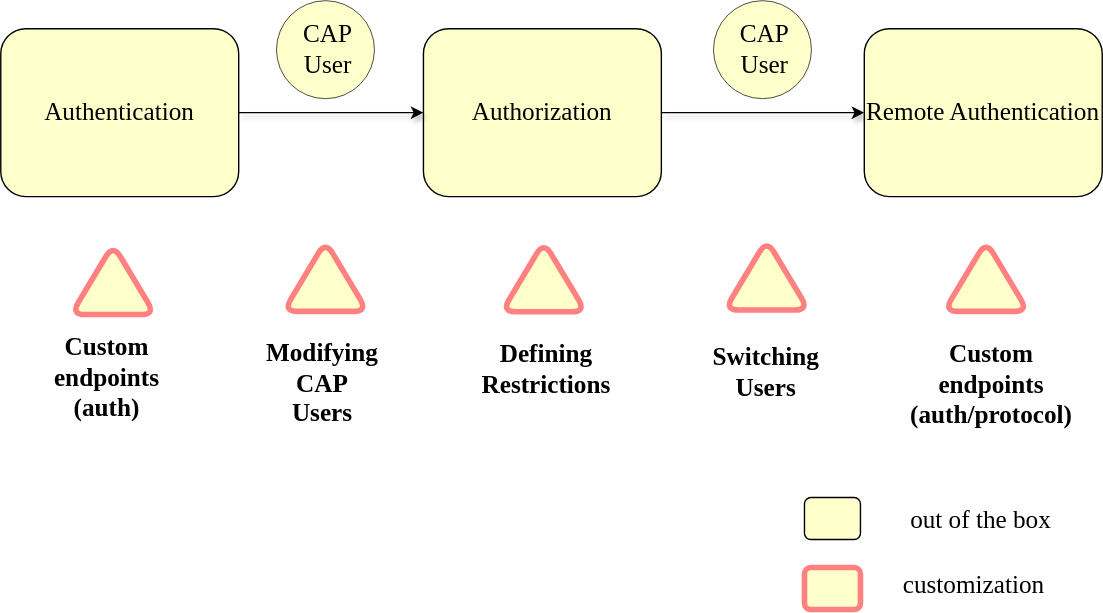
The draw.io diagram guides/security/assets/security-customizable.drawio.svg in capire/docs, before a commit. Source tidied: cells renumbered, new cells last; positions are measured from the earlier drawing's top-left corner, leaving out a move shared by most shapes.
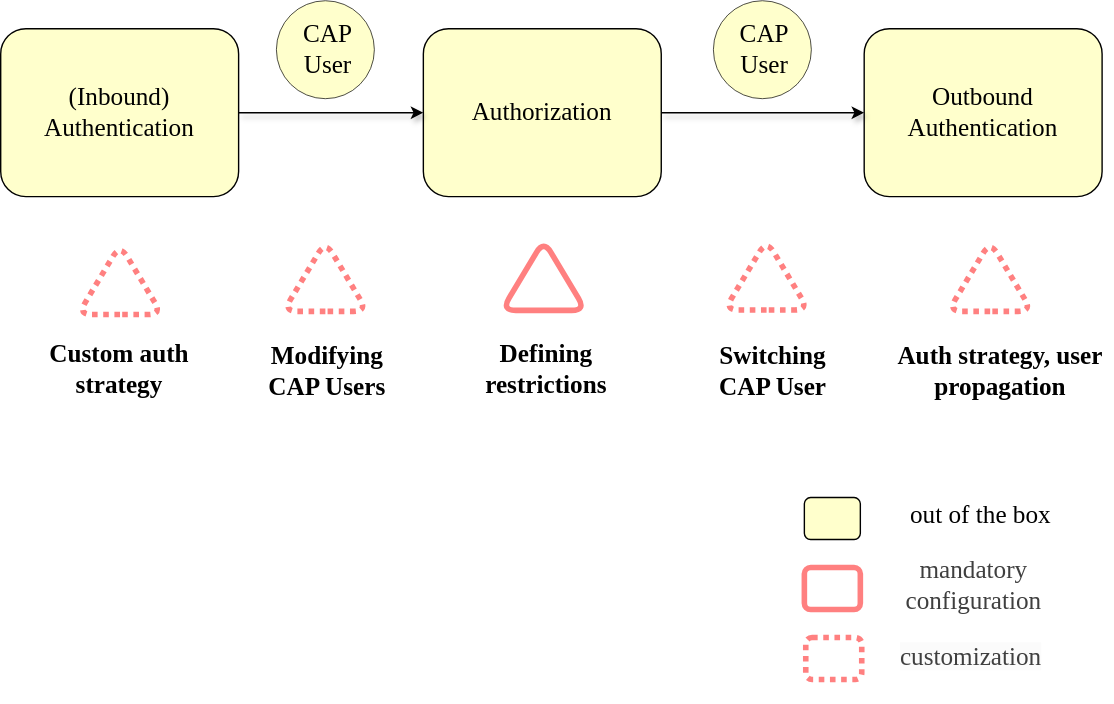
Above is the later version.

Diff of the diagram source:
```diff
@@ -2,35 +2,35 @@
   <root>
     <mxCell id="0" />
     <mxCell id="1" parent="0" />
-    <mxCell id="2" style="rounded=1;whiteSpace=wrap;html=1;strokeWidth=4;fillWeight=4;hachureGap=8;hachureAngle=45;fillColor=#FFFFCC;strokeColor=#FF8080;" parent="1" vertex="1">
+    <mxCell id="2" style="rounded=1;whiteSpace=wrap;html=1;strokeWidth=4;fillWeight=4;hachureGap=8;hachureAngle=45;strokeColor=#FF8080;" parent="1" vertex="1">
       <mxGeometry x="574.2" y="405" width="40" height="30" as="geometry" />
     </mxCell>
     <mxCell id="3" style="rounded=1;whiteSpace=wrap;html=1;strokeWidth=1;fillWeight=4;hachureGap=8;hachureAngle=45;fillColor=#FFFFCC;" parent="1" vertex="1">
       <mxGeometry x="574.2" y="355" width="40" height="30" as="geometry" />
     </mxCell>
-    <mxCell id="4" value="&lt;font style=&quot;font-size: 18px;&quot; face=&quot;Comic Sans MS&quot;&gt;&lt;b&gt;Custom endpoints (auth/protocol)&lt;/b&gt;&lt;/font&gt;" style="text;html=1;align=center;verticalAlign=middle;whiteSpace=wrap;rounded=0;" parent="1" vertex="1">
-      <mxGeometry x="678.2" y="260" width="60" height="30" as="geometry" />
+    <mxCell id="4" value="&lt;font style=&quot;font-size: 18px;&quot; face=&quot;Comic Sans MS&quot;&gt;&lt;b&gt;Auth strategy, user propagation&lt;br&gt;&lt;br&gt;&lt;/b&gt;&lt;/font&gt;" style="text;html=1;align=center;verticalAlign=middle;whiteSpace=wrap;rounded=0;" parent="1" vertex="1">
+      <mxGeometry x="633.6" y="251" width="161.4" height="51" as="geometry" />
     </mxCell>
-    <mxCell id="5" value="&lt;font style=&quot;font-size: 18px;&quot; face=&quot;Comic Sans MS&quot;&gt;&lt;b&gt;Custom endpoints (auth)&lt;/b&gt;&lt;/font&gt;" style="text;html=1;align=center;verticalAlign=middle;whiteSpace=wrap;rounded=0;" parent="1" vertex="1">
-      <mxGeometry x="46.2" y="255" width="60" height="30" as="geometry" />
+    <mxCell id="5" value="&lt;font style=&quot;font-size: 18px;&quot; face=&quot;Comic Sans MS&quot;&gt;&lt;b&gt;Custom auth strategy&lt;/b&gt;&lt;/font&gt;" style="text;html=1;align=center;verticalAlign=middle;whiteSpace=wrap;rounded=0;" parent="1" vertex="1">
+      <mxGeometry x="24.1" y="248.5" width="121.8" height="30" as="geometry" />
     </mxCell>
     <mxCell id="6" value="&lt;font style=&quot;font-size: 18px;&quot; face=&quot;Comic Sans MS&quot;&gt;&lt;b&gt;Modifying CAP Users&lt;/b&gt;&lt;/font&gt;" style="text;html=1;align=center;verticalAlign=middle;whiteSpace=wrap;rounded=0;" parent="1" vertex="1">
-      <mxGeometry x="200.2" y="259" width="60" height="30" as="geometry" />
+      <mxGeometry x="185.2" y="250" width="96.8" height="30" as="geometry" />
     </mxCell>
-    <mxCell id="7" value="&lt;font style=&quot;font-size: 18px;&quot; face=&quot;Comic Sans MS&quot;&gt;&lt;b&gt;Switching Users&lt;/b&gt;&lt;/font&gt;" style="text;html=1;align=center;verticalAlign=middle;whiteSpace=wrap;rounded=0;" parent="1" vertex="1">
-      <mxGeometry x="517.2" y="251" width="60" height="30" as="geometry" />
+    <mxCell id="7" value="&lt;font style=&quot;font-size: 18px;&quot; face=&quot;Comic Sans MS&quot;&gt;&lt;b&gt;Switching CAP User&lt;/b&gt;&lt;/font&gt;" style="text;html=1;align=center;verticalAlign=middle;whiteSpace=wrap;rounded=0;" parent="1" vertex="1">
+      <mxGeometry x="507.2" y="250" width="89.8" height="30" as="geometry" />
     </mxCell>
-    <mxCell id="8" value="&lt;font style=&quot;font-size: 18px;&quot; face=&quot;Comic Sans MS&quot;&gt;&lt;b&gt;Defining Restrictions&lt;/b&gt;&lt;/font&gt;" style="text;html=1;align=center;verticalAlign=middle;whiteSpace=wrap;rounded=0;" parent="1" vertex="1">
+    <mxCell id="8" value="&lt;font style=&quot;font-size: 18px;&quot; face=&quot;Comic Sans MS&quot;&gt;&lt;b&gt;Defining restrictions&lt;/b&gt;&lt;/font&gt;" style="text;html=1;align=center;verticalAlign=middle;whiteSpace=wrap;rounded=0;" parent="1" vertex="1">
       <mxGeometry x="359.5" y="249" width="60" height="30" as="geometry" />
     </mxCell>
-    <mxCell id="9" style="triangle;whiteSpace=wrap;html=1;rotation=-90;rounded=1;whiteSpace=wrap;html=1;strokeWidth=4;fillWeight=4;hachureGap=8;hachureAngle=45;fillColor=#FFFFCC;strokeColor=#FF8080;" parent="1" vertex="1">
-      <mxGeometry x="55.2" y="169.2" width="50" height="60" as="geometry" />
+    <mxCell id="9" style="triangle;whiteSpace=wrap;html=1;rotation=-90;rounded=1;whiteSpace=wrap;html=1;strokeWidth=4;fillWeight=4;hachureGap=8;hachureAngle=45;strokeColor=#FF8080;dashed=1;dashPattern=1 1;strokeLineCap=round;" parent="1" vertex="1">
+      <mxGeometry x="60.2" y="169.2" width="50" height="60" as="geometry" />
     </mxCell>
-    <mxCell id="10" value="&lt;font style=&quot;font-size: 18px;&quot; face=&quot;Comic Sans MS&quot;&gt;customization&lt;/font&gt;" style="text;html=1;align=center;verticalAlign=middle;whiteSpace=wrap;rounded=0;" parent="1" vertex="1">
+    <mxCell id="10" value="&lt;span style=&quot;color: rgb(63, 63, 63); font-family: &amp;quot;Comic Sans MS&amp;quot;; font-size: 18px;&quot;&gt;mandatory configuration&lt;/span&gt;" style="text;html=1;align=center;verticalAlign=middle;whiteSpace=wrap;rounded=0;" parent="1" vertex="1">
       <mxGeometry x="618" y="403" width="155.2" height="30" as="geometry" />
     </mxCell>
     <mxCell id="11" value="&lt;font style=&quot;font-size: 18px;&quot; face=&quot;Comic Sans MS&quot;&gt;out of the box&lt;/font&gt;" style="text;html=1;align=center;verticalAlign=middle;whiteSpace=wrap;rounded=0;" parent="1" vertex="1">
-      <mxGeometry x="623.2" y="356" width="155.2" height="30" as="geometry" />
+      <mxGeometry x="623.2" y="353" width="155.2" height="30" as="geometry" />
     </mxCell>
     <mxCell id="12" style="ellipse;whiteSpace=wrap;html=1;rounded=1;whiteSpace=wrap;html=1;strokeWidth=0.5;fillWeight=4;hachureGap=8;hachureAngle=45;fillColor=#FFFFCC;" parent="1" vertex="1">
       <mxGeometry x="197" width="70" height="70" as="geometry" />
@@ -38,10 +38,10 @@
     <mxCell id="13" value="&lt;font style=&quot;font-size: 18px;&quot; face=&quot;Comic Sans MS&quot;&gt;Authorization&lt;/font&gt;" style="rounded=1;whiteSpace=wrap;html=1;strokeWidth=1;fillWeight=4;hachureGap=8;hachureAngle=45;fillColor=#FFFFCC;" parent="1" vertex="1">
       <mxGeometry x="302" y="20" width="170" height="120" as="geometry" />
     </mxCell>
-    <mxCell id="14" value="&lt;font style=&quot;font-size: 18px;&quot; face=&quot;Comic Sans MS&quot;&gt;Authentication&lt;/font&gt;" style="rounded=1;whiteSpace=wrap;html=1;strokeWidth=1;fillWeight=4;fillColor=#FFFFCC;" parent="1" vertex="1">
+    <mxCell id="14" value="&lt;font style=&quot;font-size: 18px;&quot; face=&quot;Comic Sans MS&quot;&gt;(Inbound)&lt;br&gt;Authentication&lt;/font&gt;" style="rounded=1;whiteSpace=wrap;html=1;strokeWidth=1;fillWeight=4;fillColor=#FFFFCC;" parent="1" vertex="1">
       <mxGeometry y="20" width="170" height="120" as="geometry" />
     </mxCell>
-    <mxCell id="15" value="&lt;font face=&quot;Comic Sans MS&quot;&gt;&lt;span style=&quot;font-size: 18px;&quot;&gt;Remote Authentication&lt;/span&gt;&lt;/font&gt;" style="rounded=1;whiteSpace=wrap;html=1;strokeWidth=1;fillWeight=4;hachureGap=8;hachureAngle=45;fillColor=#FFFFCC;" parent="1" vertex="1">
+    <mxCell id="15" value="&lt;font face=&quot;Comic Sans MS&quot;&gt;&lt;span style=&quot;font-size: 18px;&quot;&gt;Outbound&lt;br&gt;Authentication&lt;/span&gt;&lt;/font&gt;" style="rounded=1;whiteSpace=wrap;html=1;strokeWidth=1;fillWeight=4;hachureGap=8;hachureAngle=45;fillColor=#FFFFCC;" parent="1" vertex="1">
       <mxGeometry x="617" y="20" width="170" height="120" as="geometry" />
     </mxCell>
     <mxCell id="16" style="edgeStyle=none;jettySize=auto;html=1;shadow=1;entryX=0;entryY=0.5;entryDx=0;entryDy=0;exitX=1;exitY=0.5;exitDx=0;exitDy=0;" parent="1" edge="1" source="14" target="13">
@@ -61,17 +61,23 @@
     <mxCell id="20" value="&lt;font style=&quot;font-size: 18px;&quot; face=&quot;Comic Sans MS&quot;&gt;CAP User&lt;/font&gt;" style="text;html=1;align=center;verticalAlign=middle;whiteSpace=wrap;rounded=0;" parent="1" vertex="1">
       <mxGeometry x="516.2" y="20" width="60" height="30" as="geometry" />
     </mxCell>
-    <mxCell id="21" style="triangle;whiteSpace=wrap;html=1;rotation=-90;rounded=1;whiteSpace=wrap;html=1;strokeWidth=4;fillWeight=4;hachureGap=8;hachureAngle=45;fillColor=#FFFFCC;strokeColor=#FF8080;" parent="1" vertex="1">
+    <mxCell id="21" style="triangle;whiteSpace=wrap;html=1;rotation=-90;rounded=1;whiteSpace=wrap;html=1;strokeWidth=4;fillWeight=4;hachureGap=8;hachureAngle=45;strokeColor=#FF8080;dashed=1;dashPattern=1 1;" parent="1" vertex="1">
       <mxGeometry x="207" y="167" width="50" height="60" as="geometry" />
     </mxCell>
-    <mxCell id="22" style="triangle;whiteSpace=wrap;html=1;rotation=-90;rounded=1;whiteSpace=wrap;html=1;strokeWidth=4;fillWeight=4;hachureGap=8;hachureAngle=45;fillColor=#FFFFCC;strokeColor=#FF8080;" parent="1" vertex="1">
-      <mxGeometry x="363" y="167.2" width="50" height="60" as="geometry" />
+    <mxCell id="22" style="triangle;whiteSpace=wrap;html=1;rotation=-90;rounded=1;whiteSpace=wrap;html=1;strokeWidth=4;fillWeight=4;hachureGap=8;hachureAngle=45;strokeColor=#FF8080;" parent="1" vertex="1">
+      <mxGeometry x="363" y="166.2" width="50" height="60" as="geometry" />
     </mxCell>
-    <mxCell id="23" style="triangle;whiteSpace=wrap;html=1;rotation=-90;rounded=1;whiteSpace=wrap;html=1;strokeWidth=4;fillWeight=4;hachureGap=8;hachureAngle=45;fillColor=#FFFFCC;strokeColor=#FF8080;" parent="1" vertex="1">
+    <mxCell id="23" style="triangle;whiteSpace=wrap;html=1;rotation=-90;rounded=1;whiteSpace=wrap;html=1;strokeWidth=4;fillWeight=4;hachureGap=8;hachureAngle=45;strokeColor=#FF8080;dashed=1;dashPattern=1 1;" parent="1" vertex="1">
       <mxGeometry x="522.2" y="166" width="50" height="60" as="geometry" />
     </mxCell>
-    <mxCell id="24" style="triangle;whiteSpace=wrap;html=1;rotation=-90;rounded=1;whiteSpace=wrap;html=1;strokeWidth=4;fillWeight=4;hachureGap=8;hachureAngle=45;fillColor=#FFFFCC;strokeColor=#FF8080;" parent="1" vertex="1">
-      <mxGeometry x="679" y="167" width="50" height="60" as="geometry" />
+    <mxCell id="24" style="triangle;whiteSpace=wrap;html=1;rotation=-90;rounded=1;whiteSpace=wrap;html=1;strokeWidth=4;fillWeight=4;hachureGap=8;hachureAngle=45;strokeColor=#FF8080;dashed=1;dashPattern=1 1;" parent="1" vertex="1">
+      <mxGeometry x="682" y="167" width="50" height="60" as="geometry" />
     </mxCell>
+    <mxCell id="25" style="rounded=1;whiteSpace=wrap;html=1;strokeWidth=4;fillWeight=4;hachureGap=8;hachureAngle=45;strokeColor=#FF8080;dashed=1;dashPattern=1 1;" parent="1" vertex="1">
+      <mxGeometry x="575.2" y="455" width="40" height="30" as="geometry" />
+    </mxCell>
+    <mxCell id="26" value="&lt;span style=&quot;color: rgb(63, 63, 63); font-family: &amp;quot;Comic Sans MS&amp;quot;; font-size: 18px; font-style: normal; font-variant-ligatures: normal; font-variant-caps: normal; font-weight: 400; letter-spacing: normal; orphans: 2; text-align: center; text-indent: 0px; text-transform: none; widows: 2; word-spacing: 0px; -webkit-text-stroke-width: 0px; white-space: normal; background-color: rgb(251, 251, 251); text-decoration-thickness: initial; text-decoration-style: initial; text-decoration-color: initial; display: inline !important; float: none;&quot;&gt;customization&lt;/span&gt;" style="text;whiteSpace=wrap;html=1;" parent="1" vertex="1">
+      <mxGeometry x="641.3" y="452" width="150" height="50" as="geometry" />
+    </mxCell>
   </root>
 </mxGraphModel>
```
